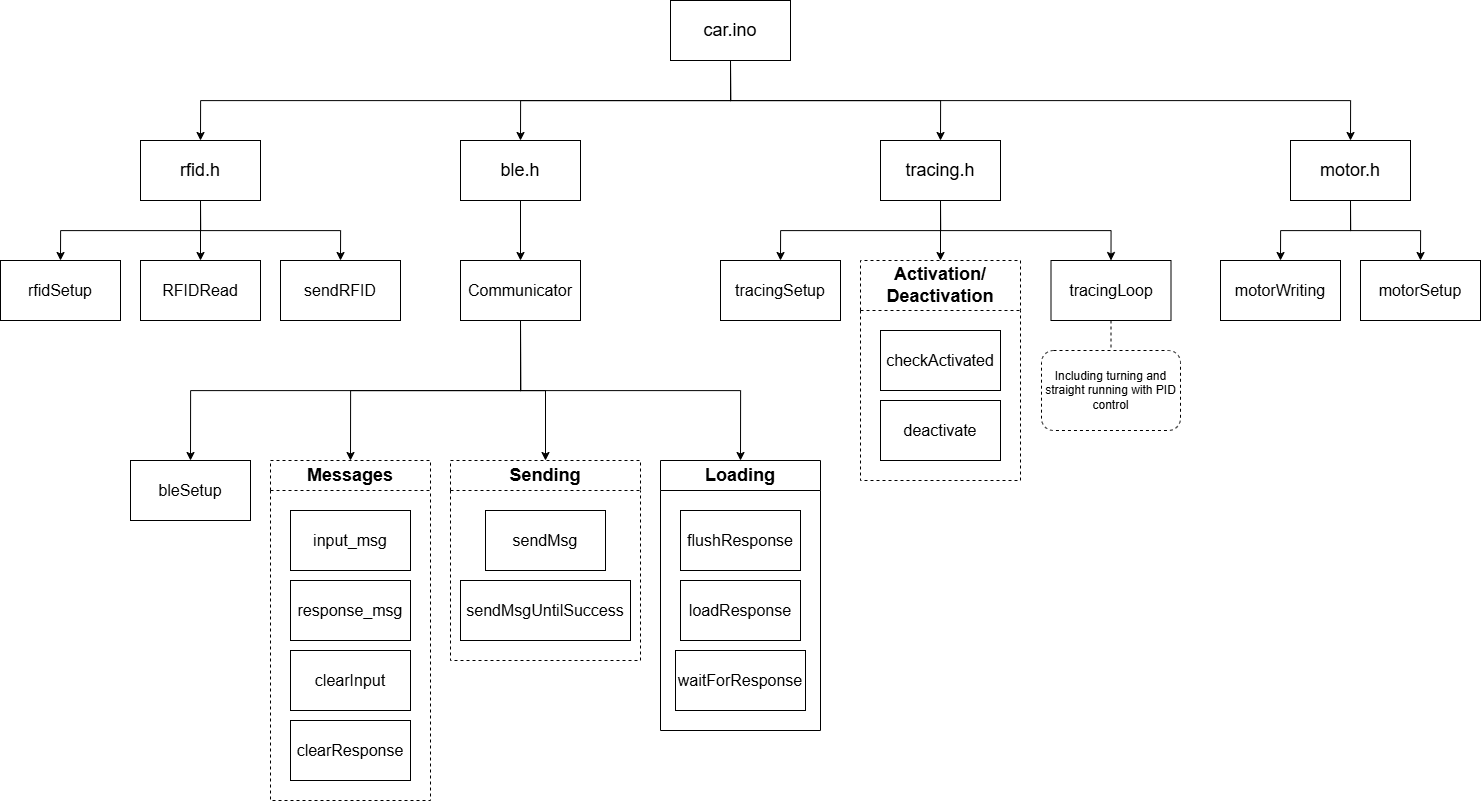
Before: diagrams/carcar_architecture_arduino.drawio.png, a diagram exported from draw.io (yeeeeeeting/CarcarCodes). Source tidied: cells renumbered, new cells last; positions are measured from the earlier drawing's top-left corner, leaving out a move shared by most shapes. The source it was exported from:
```xml
<mxGraphModel>
  <root>
    <mxCell id="0" />
    <mxCell id="1" parent="0" />
    <mxCell id="2" style="edgeStyle=orthogonalEdgeStyle;rounded=0;jettySize=auto;html=1;exitX=0.5;exitY=1;exitDx=0;exitDy=0;entryX=0.5;entryY=0;entryDx=0;entryDy=0;" parent="1" edge="1" source="5" target="6">
      <mxGeometry relative="1" as="geometry" />
    </mxCell>
    <mxCell id="3" style="edgeStyle=orthogonalEdgeStyle;rounded=0;jettySize=auto;html=1;exitX=0.5;exitY=1;exitDx=0;exitDy=0;entryX=0.5;entryY=0;entryDx=0;entryDy=0;" parent="1" edge="1" source="5" target="7">
      <mxGeometry relative="1" as="geometry" />
    </mxCell>
    <mxCell id="4" style="edgeStyle=orthogonalEdgeStyle;rounded=0;jettySize=auto;html=1;exitX=0.5;exitY=1;exitDx=0;exitDy=0;entryX=0.5;entryY=0;entryDx=0;entryDy=0;" parent="1" edge="1" source="5" target="8">
      <mxGeometry relative="1" as="geometry" />
    </mxCell>
    <mxCell id="5" value="&lt;font style=&quot;font-size: 18px;&quot;&gt;rfid.h&lt;/font&gt;" style="rounded=0;whiteSpace=wrap;html=1;" parent="1" vertex="1">
      <mxGeometry x="140" y="140" width="120" height="60" as="geometry" />
    </mxCell>
    <mxCell id="6" value="&lt;font style=&quot;font-size: 16px;&quot;&gt;rfidSetup&lt;/font&gt;" style="rounded=0;whiteSpace=wrap;html=1;" parent="1" vertex="1">
      <mxGeometry y="260" width="120" height="60" as="geometry" />
    </mxCell>
    <mxCell id="7" value="&lt;font style=&quot;font-size: 16px;&quot;&gt;RFIDRead&lt;/font&gt;" style="rounded=0;whiteSpace=wrap;html=1;" parent="1" vertex="1">
      <mxGeometry x="140" y="260" width="120" height="60" as="geometry" />
    </mxCell>
    <mxCell id="8" value="&lt;span style=&quot;font-size: 16px;&quot;&gt;sendRFID&lt;/span&gt;" style="rounded=0;whiteSpace=wrap;html=1;" parent="1" vertex="1">
      <mxGeometry x="280" y="260" width="120" height="60" as="geometry" />
    </mxCell>
    <mxCell id="9" style="edgeStyle=orthogonalEdgeStyle;rounded=0;jettySize=auto;html=1;exitX=0.5;exitY=1;exitDx=0;exitDy=0;entryX=0.5;entryY=0;entryDx=0;entryDy=0;" parent="1" edge="1" source="11" target="12">
      <mxGeometry relative="1" as="geometry" />
    </mxCell>
    <mxCell id="10" style="edgeStyle=orthogonalEdgeStyle;rounded=0;jettySize=auto;html=1;exitX=0.5;exitY=1;exitDx=0;exitDy=0;entryX=0.5;entryY=0;entryDx=0;entryDy=0;" parent="1" edge="1" source="11" target="13">
      <mxGeometry relative="1" as="geometry" />
    </mxCell>
    <mxCell id="11" value="&lt;font style=&quot;font-size: 18px;&quot;&gt;motor.h&lt;/font&gt;" style="rounded=0;whiteSpace=wrap;html=1;" parent="1" vertex="1">
      <mxGeometry x="1290" y="140" width="120" height="60" as="geometry" />
    </mxCell>
    <mxCell id="12" value="&lt;span style=&quot;font-size: 16px;&quot;&gt;motorWriting&lt;/span&gt;" style="rounded=0;whiteSpace=wrap;html=1;" parent="1" vertex="1">
      <mxGeometry x="1220" y="260" width="120" height="60" as="geometry" />
    </mxCell>
    <mxCell id="13" value="&lt;span style=&quot;font-size: 16px;&quot;&gt;motorSetup&lt;/span&gt;" style="rounded=0;whiteSpace=wrap;html=1;" parent="1" vertex="1">
      <mxGeometry x="1360" y="260" width="120" height="60" as="geometry" />
    </mxCell>
    <mxCell id="14" style="edgeStyle=orthogonalEdgeStyle;rounded=0;jettySize=auto;html=1;exitX=0.5;exitY=1;exitDx=0;exitDy=0;entryX=0.5;entryY=0;entryDx=0;entryDy=0;" parent="1" edge="1" source="15" target="20">
      <mxGeometry relative="1" as="geometry" />
    </mxCell>
    <mxCell id="15" value="&lt;font style=&quot;font-size: 18px;&quot;&gt;ble.h&lt;/font&gt;" style="rounded=0;whiteSpace=wrap;html=1;" parent="1" vertex="1">
      <mxGeometry x="460" y="140" width="120" height="60" as="geometry" />
    </mxCell>
    <mxCell id="16" style="edgeStyle=orthogonalEdgeStyle;rounded=0;jettySize=auto;html=1;exitX=0.5;exitY=1;exitDx=0;exitDy=0;entryX=0.5;entryY=0;entryDx=0;entryDy=0;" parent="1" edge="1" source="20" target="21">
      <mxGeometry relative="1" as="geometry" />
    </mxCell>
    <mxCell id="17" style="edgeStyle=orthogonalEdgeStyle;rounded=0;jettySize=auto;html=1;exitX=0.5;exitY=1;exitDx=0;exitDy=0;entryX=0.5;entryY=0;entryDx=0;entryDy=0;" parent="1" edge="1" source="20" target="26">
      <mxGeometry relative="1" as="geometry" />
    </mxCell>
    <mxCell id="18" style="edgeStyle=orthogonalEdgeStyle;rounded=0;jettySize=auto;html=1;exitX=0.5;exitY=1;exitDx=0;exitDy=0;entryX=0.5;entryY=0;entryDx=0;entryDy=0;" parent="1" edge="1" source="20" target="31">
      <mxGeometry relative="1" as="geometry" />
    </mxCell>
    <mxCell id="19" style="edgeStyle=orthogonalEdgeStyle;rounded=0;jettySize=auto;html=1;exitX=0.5;exitY=1;exitDx=0;exitDy=0;entryX=0.5;entryY=0;entryDx=0;entryDy=0;" parent="1" edge="1" source="20" target="34">
      <mxGeometry relative="1" as="geometry" />
    </mxCell>
    <mxCell id="20" value="&lt;span style=&quot;font-size: 16px;&quot;&gt;Communicator&lt;/span&gt;" style="rounded=0;whiteSpace=wrap;html=1;" parent="1" vertex="1">
      <mxGeometry x="460" y="260" width="120" height="60" as="geometry" />
    </mxCell>
    <mxCell id="21" value="&lt;span style=&quot;font-size: 16px;&quot;&gt;bleSetup&lt;/span&gt;" style="rounded=0;whiteSpace=wrap;html=1;" parent="1" vertex="1">
      <mxGeometry x="130" y="460" width="120" height="60" as="geometry" />
    </mxCell>
    <mxCell id="22" style="edgeStyle=orthogonalEdgeStyle;rounded=0;jettySize=auto;html=1;exitX=0.5;exitY=1;exitDx=0;exitDy=0;entryX=0.5;entryY=0;entryDx=0;entryDy=0;" parent="1" edge="1" source="25" target="41">
      <mxGeometry relative="1" as="geometry" />
    </mxCell>
    <mxCell id="23" style="edgeStyle=orthogonalEdgeStyle;rounded=0;jettySize=auto;html=1;exitX=0.5;exitY=1;exitDx=0;exitDy=0;entryX=0.5;entryY=0;entryDx=0;entryDy=0;" parent="1" edge="1" source="25" target="38">
      <mxGeometry relative="1" as="geometry" />
    </mxCell>
    <mxCell id="24" style="edgeStyle=orthogonalEdgeStyle;rounded=0;jettySize=auto;html=1;exitX=0.5;exitY=1;exitDx=0;exitDy=0;entryX=0.5;entryY=0;entryDx=0;entryDy=0;" parent="1" edge="1" source="25" target="48">
      <mxGeometry relative="1" as="geometry" />
    </mxCell>
    <mxCell id="25" value="&lt;span style=&quot;font-size: 18px;&quot;&gt;tracing.h&lt;/span&gt;" style="rounded=0;whiteSpace=wrap;html=1;" parent="1" vertex="1">
      <mxGeometry x="880" y="140" width="120" height="60" as="geometry" />
    </mxCell>
    <mxCell id="26" value="&lt;font style=&quot;font-size: 18px;&quot;&gt;Messages&lt;/font&gt;" style="swimlane;whiteSpace=wrap;html=1;startSize=30;dashed=1;" parent="1" vertex="1">
      <mxGeometry x="270" y="460" width="160" height="340" as="geometry" />
    </mxCell>
    <mxCell id="27" value="&lt;span style=&quot;font-size: 16px;&quot;&gt;input_msg&lt;/span&gt;" style="rounded=0;whiteSpace=wrap;html=1;" parent="26" vertex="1">
      <mxGeometry x="20" y="50" width="120" height="60" as="geometry" />
    </mxCell>
    <mxCell id="28" value="&lt;span style=&quot;font-size: 16px;&quot;&gt;response_msg&lt;/span&gt;" style="rounded=0;whiteSpace=wrap;html=1;" parent="26" vertex="1">
      <mxGeometry x="20" y="120" width="120" height="60" as="geometry" />
    </mxCell>
    <mxCell id="29" value="&lt;span style=&quot;font-size: 16px;&quot;&gt;clearInput&lt;/span&gt;" style="rounded=0;whiteSpace=wrap;html=1;" parent="26" vertex="1">
      <mxGeometry x="20" y="190" width="120" height="60" as="geometry" />
    </mxCell>
    <mxCell id="30" value="&lt;span style=&quot;font-size: 16px;&quot;&gt;clearResponse&lt;/span&gt;" style="rounded=0;whiteSpace=wrap;html=1;" parent="26" vertex="1">
      <mxGeometry x="20" y="260" width="120" height="60" as="geometry" />
    </mxCell>
    <mxCell id="31" value="&lt;font style=&quot;font-size: 18px;&quot;&gt;Sending&lt;/font&gt;" style="swimlane;whiteSpace=wrap;html=1;startSize=30;dashed=1;" parent="1" vertex="1">
      <mxGeometry x="450" y="460" width="190" height="200" as="geometry" />
    </mxCell>
    <mxCell id="32" value="&lt;span style=&quot;font-size: 16px;&quot;&gt;sendMsg&lt;/span&gt;" style="rounded=0;whiteSpace=wrap;html=1;" parent="31" vertex="1">
      <mxGeometry x="35" y="50" width="120" height="60" as="geometry" />
    </mxCell>
    <mxCell id="33" value="&lt;span style=&quot;font-size: 16px;&quot;&gt;sendMsgUntilSuccess&lt;/span&gt;" style="rounded=0;whiteSpace=wrap;html=1;" parent="31" vertex="1">
      <mxGeometry x="10" y="120" width="170" height="60" as="geometry" />
    </mxCell>
    <mxCell id="34" value="&lt;font style=&quot;font-size: 18px;&quot;&gt;Loading&lt;/font&gt;" style="swimlane;whiteSpace=wrap;html=1;startSize=30;" parent="1" vertex="1">
      <mxGeometry x="660" y="460" width="160" height="270" as="geometry" />
    </mxCell>
    <mxCell id="35" value="&lt;span style=&quot;font-size: 16px;&quot;&gt;flushResponse&lt;/span&gt;" style="rounded=0;whiteSpace=wrap;html=1;" parent="34" vertex="1">
      <mxGeometry x="20" y="50" width="120" height="60" as="geometry" />
    </mxCell>
    <mxCell id="36" value="&lt;span style=&quot;font-size: 16px;&quot;&gt;loadResponse&lt;/span&gt;" style="rounded=0;whiteSpace=wrap;html=1;" parent="34" vertex="1">
      <mxGeometry x="20" y="120" width="120" height="60" as="geometry" />
    </mxCell>
    <mxCell id="37" value="&lt;span style=&quot;font-size: 16px;&quot;&gt;waitForResponse&lt;/span&gt;" style="rounded=0;whiteSpace=wrap;html=1;" parent="34" vertex="1">
      <mxGeometry x="15" y="190" width="130" height="60" as="geometry" />
    </mxCell>
    <mxCell id="38" value="&lt;font style=&quot;font-size: 18px;&quot;&gt;Activation/&lt;/font&gt;&lt;div&gt;&lt;font style=&quot;font-size: 18px;&quot;&gt;Deactivation&lt;/font&gt;&lt;/div&gt;" style="swimlane;whiteSpace=wrap;html=1;startSize=50;dashed=1;" parent="1" vertex="1">
      <mxGeometry x="860" y="260" width="160" height="220" as="geometry" />
    </mxCell>
    <mxCell id="39" value="&lt;span style=&quot;font-size: 16px;&quot;&gt;deactivate&lt;/span&gt;" style="rounded=0;whiteSpace=wrap;html=1;" parent="38" vertex="1">
      <mxGeometry x="20" y="140" width="120" height="60" as="geometry" />
    </mxCell>
    <mxCell id="40" value="&lt;span style=&quot;font-size: 16px;&quot;&gt;checkActivated&lt;/span&gt;" style="rounded=0;whiteSpace=wrap;html=1;" parent="38" vertex="1">
      <mxGeometry x="20" y="70" width="120" height="60" as="geometry" />
    </mxCell>
    <mxCell id="41" value="&lt;span style=&quot;font-size: 16px;&quot;&gt;tracingSetup&lt;/span&gt;" style="rounded=0;whiteSpace=wrap;html=1;" parent="1" vertex="1">
      <mxGeometry x="720" y="260" width="120" height="60" as="geometry" />
    </mxCell>
    <mxCell id="42" style="edgeStyle=orthogonalEdgeStyle;rounded=0;jettySize=auto;html=1;exitX=0.5;exitY=1;exitDx=0;exitDy=0;entryX=0.5;entryY=0;entryDx=0;entryDy=0;" parent="1" edge="1" source="46" target="5">
      <mxGeometry relative="1" as="geometry" />
    </mxCell>
    <mxCell id="43" style="edgeStyle=orthogonalEdgeStyle;rounded=0;jettySize=auto;html=1;exitX=0.5;exitY=1;exitDx=0;exitDy=0;entryX=0.5;entryY=0;entryDx=0;entryDy=0;" parent="1" edge="1" source="46" target="15">
      <mxGeometry relative="1" as="geometry" />
    </mxCell>
    <mxCell id="44" style="edgeStyle=orthogonalEdgeStyle;rounded=0;jettySize=auto;html=1;exitX=0.5;exitY=1;exitDx=0;exitDy=0;entryX=0.5;entryY=0;entryDx=0;entryDy=0;" parent="1" edge="1" source="46" target="25">
      <mxGeometry relative="1" as="geometry" />
    </mxCell>
    <mxCell id="45" style="edgeStyle=orthogonalEdgeStyle;rounded=0;jettySize=auto;html=1;exitX=0.5;exitY=1;exitDx=0;exitDy=0;entryX=0.5;entryY=0;entryDx=0;entryDy=0;" parent="1" edge="1" source="46" target="11">
      <mxGeometry relative="1" as="geometry" />
    </mxCell>
    <mxCell id="46" value="&lt;span style=&quot;font-size: 18px;&quot;&gt;car.ino&lt;/span&gt;" style="rounded=0;whiteSpace=wrap;html=1;" parent="1" vertex="1">
      <mxGeometry x="670" width="120" height="60" as="geometry" />
    </mxCell>
    <mxCell id="47" style="edgeStyle=orthogonalEdgeStyle;rounded=0;jettySize=auto;html=1;entryX=0.5;entryY=0;entryDx=0;entryDy=0;exitX=0.5;exitY=1;exitDx=0;exitDy=0;endArrow=none;endFill=0;dashed=1;" parent="1" edge="1" source="48" target="49">
      <mxGeometry relative="1" as="geometry" />
    </mxCell>
    <mxCell id="48" value="&lt;span style=&quot;font-size: 16px;&quot;&gt;tracingLoop&lt;/span&gt;" style="rounded=0;whiteSpace=wrap;html=1;" parent="1" vertex="1">
      <mxGeometry x="1050.5" y="260" width="120" height="60" as="geometry" />
    </mxCell>
    <mxCell id="49" value="Including turning and straight running with PID control" style="rounded=1;whiteSpace=wrap;html=1;dashed=1;" parent="1" vertex="1">
      <mxGeometry x="1041" y="350" width="139" height="80" as="geometry" />
    </mxCell>
  </root>
</mxGraphModel>
```
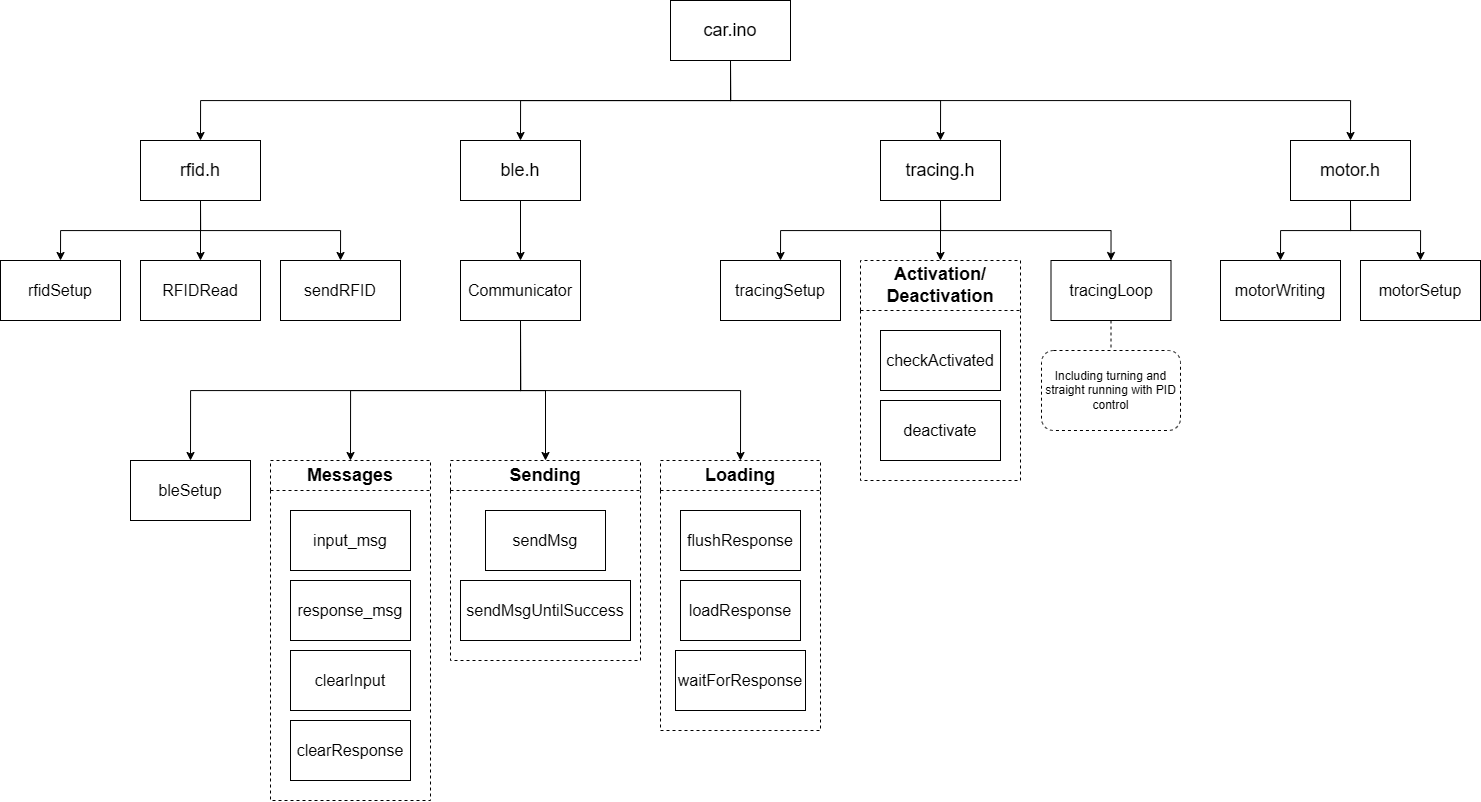
Later version of the same file.

Diff of the diagram source:
```diff
@@ -98,7 +98,7 @@
     <mxCell id="33" value="&lt;span style=&quot;font-size: 16px;&quot;&gt;sendMsgUntilSuccess&lt;/span&gt;" style="rounded=0;whiteSpace=wrap;html=1;" parent="31" vertex="1">
       <mxGeometry x="10" y="120" width="170" height="60" as="geometry" />
     </mxCell>
-    <mxCell id="34" value="&lt;font style=&quot;font-size: 18px;&quot;&gt;Loading&lt;/font&gt;" style="swimlane;whiteSpace=wrap;html=1;startSize=30;" parent="1" vertex="1">
+    <mxCell id="34" value="&lt;font style=&quot;font-size: 18px;&quot;&gt;Loading&lt;/font&gt;" style="swimlane;whiteSpace=wrap;html=1;startSize=30;dashed=1;" parent="1" vertex="1">
       <mxGeometry x="660" y="460" width="160" height="270" as="geometry" />
     </mxCell>
     <mxCell id="35" value="&lt;span style=&quot;font-size: 16px;&quot;&gt;flushResponse&lt;/span&gt;" style="rounded=0;whiteSpace=wrap;html=1;" parent="34" vertex="1">
```
